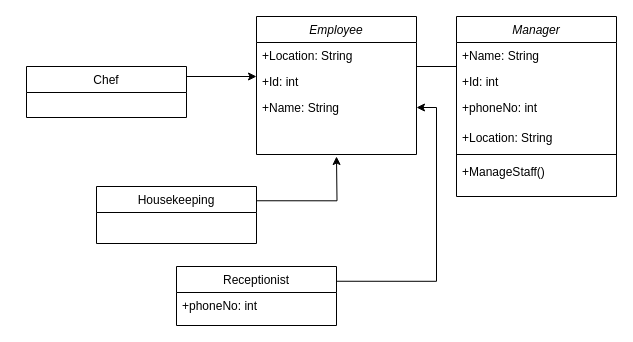
Earlier version of the draw.io diagram documents/Diagrama.drawio (xjuandiego28/taller2-tecnicas-20241). Source tidied: cells renumbered, new cells numbered last; positions are measured from the earlier drawing's top-left corner, leaving out a move shared by most shapes. Both pictures are drawn from the tidied source at 100%, with x=0, y=0 at pixel (26, 16).
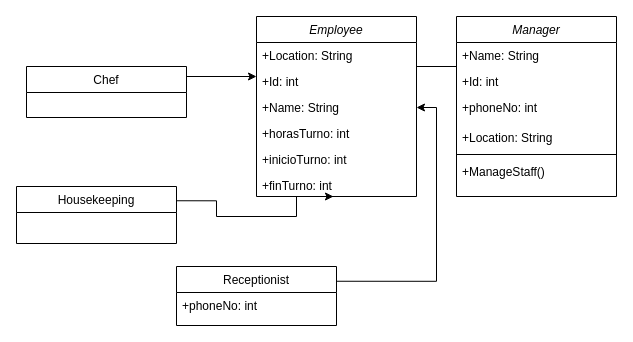
The same page after the edit.

The edit, as a diff of the source:
```diff
@@
     <mxCell id="2" value="Employee" style="swimlane;fontStyle=2;align=center;verticalAlign=top;horizontal=1;startSize=26;rounded=0;shadow=0;strokeWidth=1;" parent="1" vertex="1">
-      <mxGeometry x="230" width="160" height="138" as="geometry" />
+      <mxGeometry x="230" width="160" height="180" as="geometry" />
     </mxCell>
@@
+    <mxCell id="21" value="+horasTurno: int" style="text;align=left;verticalAlign=top;spacingLeft=4;spacingRight=4;overflow=hidden;" parent="2" vertex="1">
+      <mxGeometry y="104" width="160" height="26" as="geometry" />
+    </mxCell>
+    <mxCell id="22" value="+inicioTurno: int" style="text;align=left;verticalAlign=top;spacingLeft=4;spacingRight=4;overflow=hidden;" parent="2" vertex="1">
+      <mxGeometry y="130" width="160" height="26" as="geometry" />
+    </mxCell>
+    <mxCell id="23" value="+finTurno: int" style="text;align=left;verticalAlign=top;spacingLeft=4;spacingRight=4;overflow=hidden;points=[[0,0.5],[1,0.5]];portConstraint=eastwest;" parent="2" vertex="1">
+      <mxGeometry y="156" width="160" height="24" as="geometry" />
+    </mxCell>
@@
     <mxCell id="8" value="Housekeeping" style="swimlane;fontStyle=0;align=center;verticalAlign=top;horizontal=1;startSize=26;rounded=0;shadow=0;strokeWidth=1;" parent="1" vertex="1">
-      <mxGeometry x="70" y="170" width="160" height="57" as="geometry" />
+      <mxGeometry x="-10" y="170" width="160" height="57" as="geometry" />
     </mxCell>
@@
-    <mxCell id="12" style="edgeStyle=orthogonalEdgeStyle;rounded=0;jettySize=auto;html=1;exitX=1;exitY=0.25;exitDx=0;exitDy=0;" parent="1" edge="1" source="8">
+    <mxCell id="12" style="edgeStyle=orthogonalEdgeStyle;rounded=0;jettySize=auto;html=1;exitX=1;exitY=0.25;exitDx=0;exitDy=0;entryX=0.481;entryY=1;entryDx=0;entryDy=0;entryPerimeter=0;" parent="1" edge="1" source="8" target="23">
       <mxGeometry relative="1" as="geometry">
-        <mxPoint x="310" y="140" as="targetPoint" />
+        <Array as="points">
+          <mxPoint x="190" y="184" />
+          <mxPoint x="190" y="200" />
+          <mxPoint x="270" y="200" />
+          <mxPoint x="270" y="180" />
+        </Array>
       </mxGeometry>
     </mxCell>
```
